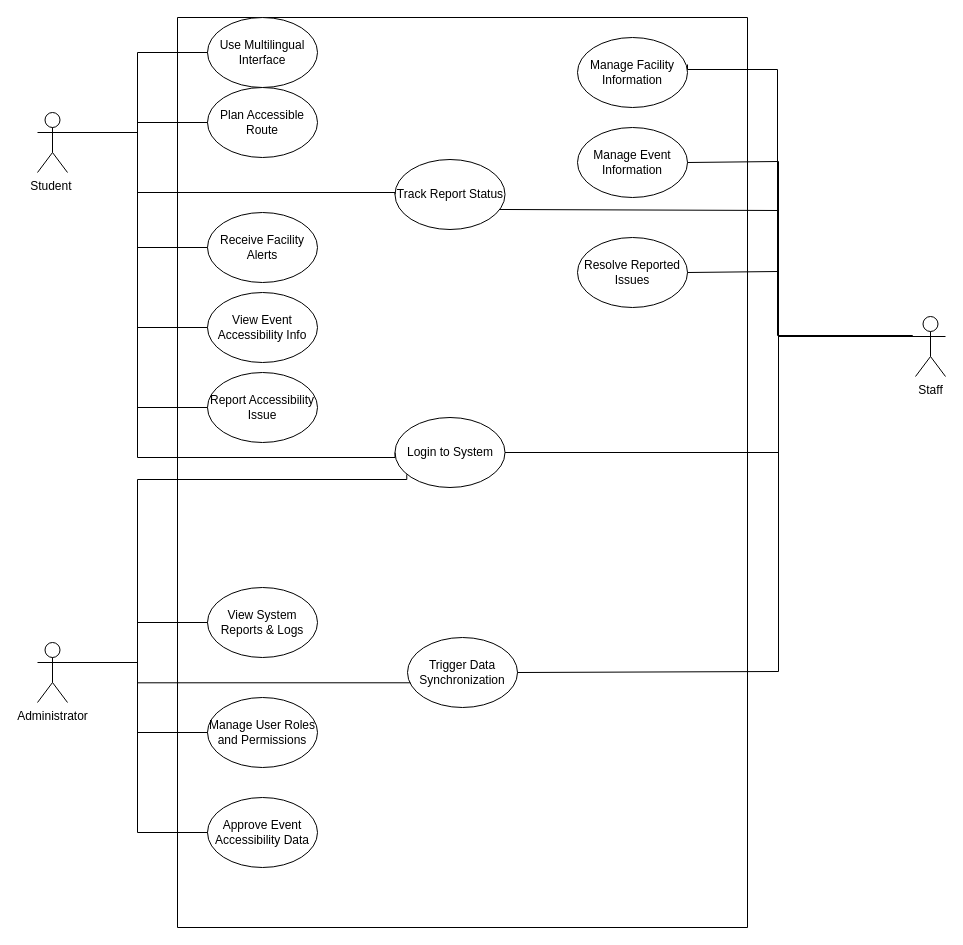
Earlier version of the draw.io diagram Untitled Diagram.drawio (BalfaqihA/Research). Source tidied: cells renumbered, new cells numbered last; positions are measured from the earlier drawing's top-left corner, leaving out a move shared by most shapes. Both pictures are drawn from the tidied source at 100%, with x=0, y=0 at pixel (37, 17).
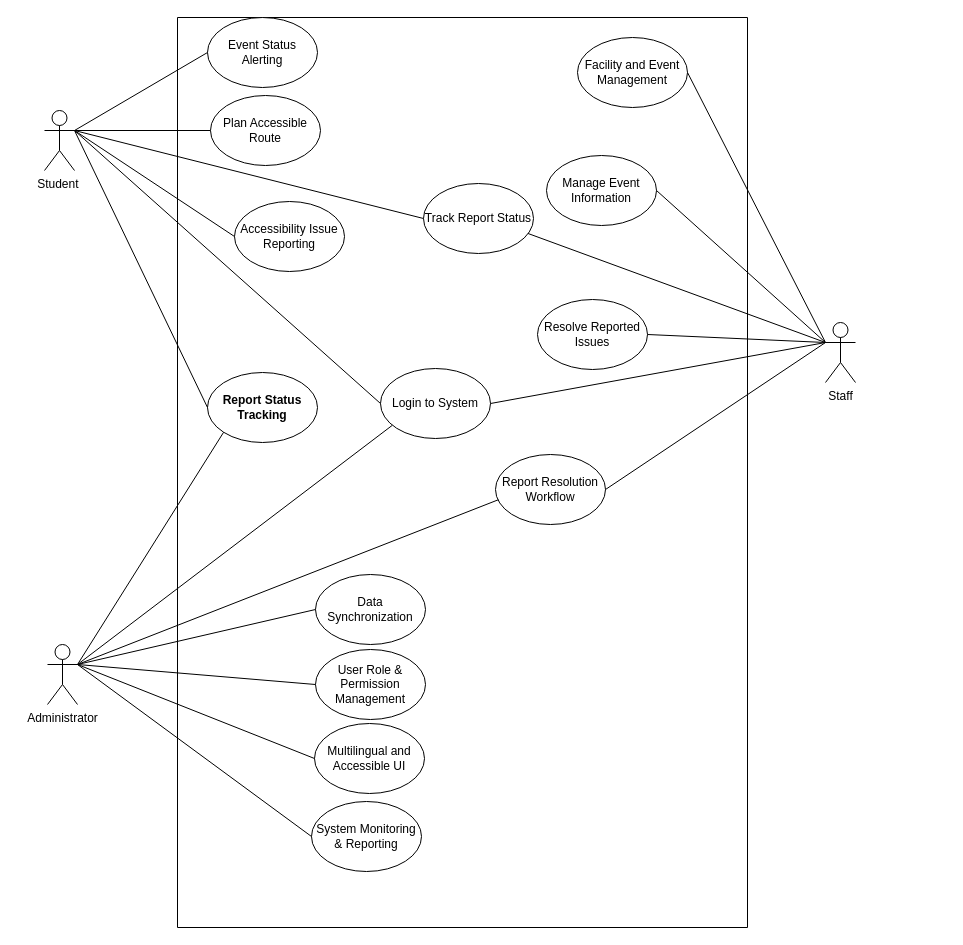
The same page after the edit.

The change refers to these unchanged cells:
```xml
<mxCell id="2" style="swimlane;startSize=0;" parent="1" vertex="1">
  <mxGeometry x="140" width="570" height="910" as="geometry" />
</mxCell>
```

Change to the diagram source:
```diff
@@
-    <mxCell id="3" value="Use Multilingual Interface" style="ellipse;whiteSpace=wrap;html=1;" parent="2" vertex="1">
+    <mxCell id="3" value="Event Status Alerting" style="ellipse;whiteSpace=wrap;html=1;" parent="2" vertex="1">
       <mxGeometry x="30" width="110" height="70" as="geometry" />
     </mxCell>
-    <mxCell id="4" value="Manage User Roles and Permissions" style="ellipse;whiteSpace=wrap;html=1;" parent="2" vertex="1">
-      <mxGeometry x="30" y="680" width="110" height="70" as="geometry" />
+    <mxCell id="4" value="User Role &amp;amp; Permission Management" style="ellipse;whiteSpace=wrap;html=1;" parent="2" vertex="1">
+      <mxGeometry x="138" y="632" width="110" height="70" as="geometry" />
     </mxCell>
-    <mxCell id="5" value="View System Reports &amp;amp; Logs" style="ellipse;whiteSpace=wrap;html=1;" parent="2" vertex="1">
-      <mxGeometry x="30" y="570" width="110" height="70" as="geometry" />
+    <mxCell id="5" value="Data Synchronization" style="ellipse;whiteSpace=wrap;html=1;" parent="2" vertex="1">
+      <mxGeometry x="138" y="557" width="110" height="70" as="geometry" />
     </mxCell>
-    <mxCell id="6" value="Approve Event Accessibility Data" style="ellipse;whiteSpace=wrap;html=1;" parent="2" vertex="1">
-      <mxGeometry x="30" y="780" width="110" height="70" as="geometry" />
+    <mxCell id="6" value="System Monitoring &amp;amp; Reporting" style="ellipse;whiteSpace=wrap;html=1;" parent="2" vertex="1">
+      <mxGeometry x="134" y="784" width="110" height="70" as="geometry" />
     </mxCell>
-    <mxCell id="7" value="Trigger Data Synchronization" style="ellipse;whiteSpace=wrap;html=1;" parent="2" vertex="1">
-      <mxGeometry x="230" y="620" width="110" height="70" as="geometry" />
+    <mxCell id="7" value="Report Resolution Workflow" style="ellipse;whiteSpace=wrap;html=1;" parent="2" vertex="1">
+      <mxGeometry x="318" y="437" width="110" height="70" as="geometry" />
     </mxCell>
     <mxCell id="8" value="Login to System" style="ellipse;whiteSpace=wrap;html=1;" parent="2" vertex="1">
-      <mxGeometry x="217.5" y="400" width="110" height="70" as="geometry" />
+      <mxGeometry x="203" y="351" width="110" height="70" as="geometry" />
     </mxCell>
     <mxCell id="9" value="Manage Event Information" style="ellipse;whiteSpace=wrap;html=1;" parent="2" vertex="1">
-      <mxGeometry x="400" y="110" width="110" height="70" as="geometry" />
+      <mxGeometry x="369" y="138" width="110" height="70" as="geometry" />
     </mxCell>
     <mxCell id="10" value="Resolve Reported Issues" style="ellipse;whiteSpace=wrap;html=1;" parent="2" vertex="1">
-      <mxGeometry x="400" y="220" width="110" height="70" as="geometry" />
+      <mxGeometry x="360" y="282" width="110" height="70" as="geometry" />
     </mxCell>
-    <mxCell id="11" value="Manage Facility Information" style="ellipse;whiteSpace=wrap;html=1;" parent="2" vertex="1">
+    <mxCell id="11" value="Facility and Event Management" style="ellipse;whiteSpace=wrap;html=1;" parent="2" vertex="1">
       <mxGeometry x="400" y="20" width="110" height="70" as="geometry" />
     </mxCell>
-    <mxCell id="12" value="Receive Facility Alerts" style="ellipse;whiteSpace=wrap;html=1;" parent="2" vertex="1">
-      <mxGeometry x="30" y="195" width="110" height="70" as="geometry" />
+    <mxCell id="12" value="Accessibility Issue Reporting" style="ellipse;whiteSpace=wrap;html=1;" parent="2" vertex="1">
+      <mxGeometry x="57" y="184" width="110" height="70" as="geometry" />
     </mxCell>
     <mxCell id="13" value="Track Report Status" style="ellipse;whiteSpace=wrap;html=1;" parent="2" vertex="1">
-      <mxGeometry x="217.5" y="142" width="110" height="70" as="geometry" />
+      <mxGeometry x="246" y="166" width="110" height="70" as="geometry" />
     </mxCell>
     <mxCell id="14" value="Plan Accessible Route" style="ellipse;whiteSpace=wrap;html=1;" parent="2" vertex="1">
-      <mxGeometry x="30" y="70" width="110" height="70" as="geometry" />
+      <mxGeometry x="33" y="78" width="110" height="70" as="geometry" />
     </mxCell>
-    <mxCell id="15" value="View Event Accessibility Info" style="ellipse;whiteSpace=wrap;html=1;" parent="2" vertex="1">
-      <mxGeometry x="30" y="275" width="110" height="70" as="geometry" />
-    </mxCell>
-    <mxCell id="16" value="Report Accessibility Issue" style="ellipse;whiteSpace=wrap;html=1;" parent="2" vertex="1">
+    <mxCell id="16" value="&lt;strong&gt;Report Status Tracking&lt;/strong&gt;" style="ellipse;whiteSpace=wrap;html=1;" parent="2" vertex="1">
       <mxGeometry x="30" y="355" width="110" height="70" as="geometry" />
     </mxCell>
+    <mxCell id="38" value="Multilingual and Accessible UI" style="ellipse;whiteSpace=wrap;html=1;" parent="2" vertex="1">
+      <mxGeometry x="137" y="706" width="110" height="70" as="geometry" />
+    </mxCell>
-    <mxCell id="17" style="edgeStyle=orthogonalEdgeStyle;rounded=0;jettySize=auto;html=1;exitX=1;exitY=0.3333333333333333;exitDx=0;exitDy=0;exitPerimeter=0;entryX=0;entryY=0.5;entryDx=0;entryDy=0;endArrow=none;startFill=0;" parent="1" edge="1" source="21" target="5">
+    <mxCell id="17" style="rounded=0;jettySize=auto;html=1;exitX=1;exitY=0.3333333333333333;exitDx=0;exitDy=0;exitPerimeter=0;entryX=0;entryY=0.5;entryDx=0;entryDy=0;endArrow=none;startFill=0;" parent="1" edge="1" source="21" target="5">
       <mxGeometry relative="1" as="geometry" />
     </mxCell>
-    <mxCell id="18" style="edgeStyle=orthogonalEdgeStyle;rounded=0;jettySize=auto;html=1;exitX=1;exitY=0.3333333333333333;exitDx=0;exitDy=0;exitPerimeter=0;entryX=0;entryY=0.5;entryDx=0;entryDy=0;endArrow=none;startFill=0;" parent="1" edge="1" source="21" target="4">
+    <mxCell id="18" style="rounded=0;jettySize=auto;html=1;exitX=1;exitY=0.3333333333333333;exitDx=0;exitDy=0;exitPerimeter=0;entryX=0;entryY=0.5;entryDx=0;entryDy=0;endArrow=none;startFill=0;" parent="1" edge="1" source="21" target="4">
       <mxGeometry relative="1" as="geometry" />
     </mxCell>
-    <mxCell id="19" style="edgeStyle=orthogonalEdgeStyle;rounded=0;jettySize=auto;html=1;exitX=1;exitY=0.3333333333333333;exitDx=0;exitDy=0;exitPerimeter=0;entryX=0;entryY=0.5;entryDx=0;entryDy=0;endArrow=none;startFill=0;" parent="1" edge="1" source="21" target="6">
+    <mxCell id="19" style="rounded=0;jettySize=auto;html=1;exitX=1;exitY=0.3333333333333333;exitDx=0;exitDy=0;exitPerimeter=0;entryX=0;entryY=0.5;entryDx=0;entryDy=0;endArrow=none;startFill=0;" parent="1" edge="1" source="21" target="6">
       <mxGeometry relative="1" as="geometry" />
     </mxCell>
-    <mxCell id="20" style="edgeStyle=orthogonalEdgeStyle;rounded=0;jettySize=auto;html=1;exitX=1;exitY=0.3333333333333333;exitDx=0;exitDy=0;exitPerimeter=0;entryX=0.107;entryY=0.812;entryDx=0;entryDy=0;entryPerimeter=0;endArrow=none;startFill=0;" parent="1" edge="1" source="21" target="8">
-      <mxGeometry relative="1" as="geometry">
-        <Array as="points">
-          <mxPoint x="100" y="645" />
-          <mxPoint x="100" y="462" />
-        </Array>
-      </mxGeometry>
+    <mxCell id="20" style="rounded=0;jettySize=auto;html=1;exitX=1;exitY=0.3333333333333333;exitDx=0;exitDy=0;exitPerimeter=0;entryX=0.107;entryY=0.812;entryDx=0;entryDy=0;entryPerimeter=0;endArrow=none;startFill=0;" parent="1" edge="1" source="21" target="8">
+      <mxGeometry relative="1" as="geometry" />
     </mxCell>
+    <mxCell id="39" style="rounded=0;jettySize=auto;html=1;exitX=1;exitY=0.3333333333333333;exitDx=0;exitDy=0;exitPerimeter=0;entryX=0;entryY=0.5;entryDx=0;entryDy=0;endArrow=none;startFill=0;" parent="1" edge="1" source="21" target="38">
+      <mxGeometry relative="1" as="geometry" />
+    </mxCell>
+    <mxCell id="40" style="rounded=0;jettySize=auto;html=1;exitX=1;exitY=0.3333333333333333;exitDx=0;exitDy=0;exitPerimeter=0;entryX=0;entryY=1;entryDx=0;entryDy=0;endArrow=none;endFill=1;startFill=0;" parent="1" edge="1" source="21" target="16">
+      <mxGeometry relative="1" as="geometry" />
+    </mxCell>
     <mxCell id="21" value="Administrator" style="shape=umlActor;verticalLabelPosition=bottom;verticalAlign=top;html=1;outlineConnect=0;" parent="1" vertex="1">
-      <mxGeometry y="625" width="30" height="60" as="geometry" />
+      <mxGeometry x="10" y="627" width="30" height="60" as="geometry" />
     </mxCell>
-    <mxCell id="22" style="edgeStyle=orthogonalEdgeStyle;rounded=0;jettySize=auto;html=1;exitX=0;exitY=0.3333333333333333;exitDx=0;exitDy=0;exitPerimeter=0;entryX=1;entryY=0.5;entryDx=0;entryDy=0;endArrow=none;startFill=0;" parent="1" edge="1" source="27" target="7">
-      <mxGeometry relative="1" as="geometry">
-        <Array as="points">
-          <mxPoint x="741" y="319" />
-          <mxPoint x="741" y="654" />
-          <mxPoint x="480" y="654" />
-        </Array>
-      </mxGeometry>
+    <mxCell id="22" style="rounded=0;jettySize=auto;html=1;exitX=0;exitY=0.3333333333333333;exitDx=0;exitDy=0;exitPerimeter=0;entryX=1;entryY=0.5;entryDx=0;entryDy=0;endArrow=none;startFill=0;" parent="1" edge="1" source="27" target="7">
+      <mxGeometry relative="1" as="geometry" />
     </mxCell>
-    <mxCell id="23" style="edgeStyle=orthogonalEdgeStyle;rounded=0;jettySize=auto;html=1;exitX=0;exitY=0.3333333333333333;exitDx=0;exitDy=0;exitPerimeter=0;entryX=1;entryY=0.5;entryDx=0;entryDy=0;endArrow=none;startFill=0;" parent="1" edge="1" source="27" target="8">
-      <mxGeometry relative="1" as="geometry">
-        <Array as="points">
-          <mxPoint x="875" y="319" />
-          <mxPoint x="741" y="319" />
-          <mxPoint x="741" y="435" />
-        </Array>
-      </mxGeometry>
+    <mxCell id="23" style="rounded=0;jettySize=auto;html=1;exitX=0;exitY=0.3333333333333333;exitDx=0;exitDy=0;exitPerimeter=0;entryX=1;entryY=0.5;entryDx=0;entryDy=0;endArrow=none;startFill=0;" parent="1" edge="1" source="27" target="8">
+      <mxGeometry relative="1" as="geometry" />
     </mxCell>
-    <mxCell id="24" style="edgeStyle=orthogonalEdgeStyle;rounded=0;jettySize=auto;html=1;exitX=0;exitY=0.3333333333333333;exitDx=0;exitDy=0;exitPerimeter=0;entryX=1;entryY=0.5;entryDx=0;entryDy=0;endArrow=none;startFill=0;" parent="1" edge="1" source="27" target="10">
-      <mxGeometry relative="1" as="geometry">
-        <Array as="points">
-          <mxPoint x="875" y="319" />
-          <mxPoint x="741" y="319" />
-          <mxPoint x="741" y="254" />
-          <mxPoint x="650" y="254" />
-        </Array>
-      </mxGeometry>
+    <mxCell id="24" style="rounded=0;jettySize=auto;html=1;exitX=0;exitY=0.3333333333333333;exitDx=0;exitDy=0;exitPerimeter=0;entryX=1;entryY=0.5;entryDx=0;entryDy=0;endArrow=none;startFill=0;" parent="1" edge="1" source="27" target="10">
+      <mxGeometry relative="1" as="geometry" />
     </mxCell>
-    <mxCell id="25" style="edgeStyle=orthogonalEdgeStyle;rounded=0;jettySize=auto;html=1;exitX=0;exitY=0.3333333333333333;exitDx=0;exitDy=0;exitPerimeter=0;entryX=1;entryY=0.5;entryDx=0;entryDy=0;endArrow=none;startFill=0;" parent="1" edge="1" source="27" target="9">
-      <mxGeometry relative="1" as="geometry">
-        <Array as="points">
-          <mxPoint x="875" y="319" />
-          <mxPoint x="741" y="319" />
-          <mxPoint x="741" y="144" />
-          <mxPoint x="650" y="144" />
-        </Array>
-      </mxGeometry>
+    <mxCell id="25" style="rounded=0;jettySize=auto;html=1;exitX=0;exitY=0.3333333333333333;exitDx=0;exitDy=0;exitPerimeter=0;entryX=1;entryY=0.5;entryDx=0;entryDy=0;endArrow=none;startFill=0;" parent="1" edge="1" source="27" target="9">
+      <mxGeometry relative="1" as="geometry" />
     </mxCell>
-    <mxCell id="26" style="edgeStyle=orthogonalEdgeStyle;rounded=0;jettySize=auto;html=1;exitX=0;exitY=0.3333333333333333;exitDx=0;exitDy=0;exitPerimeter=0;entryX=0.95;entryY=0.714;entryDx=0;entryDy=0;endArrow=none;startFill=0;entryPerimeter=0;" parent="1" edge="1" source="27" target="13">
-      <mxGeometry relative="1" as="geometry">
-        <Array as="points">
-          <mxPoint x="741" y="319" />
-          <mxPoint x="741" y="193" />
-          <mxPoint x="462" y="193" />
-        </Array>
-      </mxGeometry>
+    <mxCell id="26" style="rounded=0;jettySize=auto;html=1;exitX=0;exitY=0.3333333333333333;exitDx=0;exitDy=0;exitPerimeter=0;entryX=0.95;entryY=0.714;entryDx=0;entryDy=0;endArrow=none;startFill=0;entryPerimeter=0;" parent="1" edge="1" source="27" target="13">
+      <mxGeometry relative="1" as="geometry" />
     </mxCell>
+    <mxCell id="41" style="rounded=0;jettySize=auto;html=1;exitX=0;exitY=0.3333333333333333;exitDx=0;exitDy=0;exitPerimeter=0;entryX=1;entryY=0.5;entryDx=0;entryDy=0;endArrow=none;startFill=0;" parent="1" edge="1" source="27" target="11">
+      <mxGeometry relative="1" as="geometry" />
+    </mxCell>
     <mxCell id="27" value="Staff" style="shape=umlActor;verticalLabelPosition=bottom;verticalAlign=top;html=1;outlineConnect=0;" parent="1" vertex="1">
-      <mxGeometry x="878" y="299" width="30" height="60" as="geometry" />
+      <mxGeometry x="788" y="305" width="30" height="60" as="geometry" />
     </mxCell>
-    <mxCell id="28" style="edgeStyle=orthogonalEdgeStyle;rounded=0;jettySize=auto;html=1;exitX=1;exitY=0.3333333333333333;exitDx=0;exitDy=0;exitPerimeter=0;entryX=0;entryY=0.5;entryDx=0;entryDy=0;endArrow=none;startFill=0;" parent="1" edge="1" source="35" target="3">
+    <mxCell id="28" style="rounded=0;jettySize=auto;html=1;exitX=1;exitY=0.3333333333333333;exitDx=0;exitDy=0;exitPerimeter=0;entryX=0;entryY=0.5;entryDx=0;entryDy=0;endArrow=none;startFill=0;" parent="1" edge="1" source="35" target="3">
       <mxGeometry relative="1" as="geometry" />
     </mxCell>
-    <mxCell id="29" style="edgeStyle=orthogonalEdgeStyle;rounded=0;jettySize=auto;html=1;exitX=1;exitY=0.3333333333333333;exitDx=0;exitDy=0;exitPerimeter=0;entryX=0;entryY=0.5;entryDx=0;entryDy=0;endArrow=none;endFill=1;startFill=0;" parent="1" edge="1" source="35" target="14">
+    <mxCell id="29" style="rounded=0;jettySize=auto;html=1;exitX=1;exitY=0.3333333333333333;exitDx=0;exitDy=0;exitPerimeter=0;entryX=0;entryY=0.5;entryDx=0;entryDy=0;endArrow=none;endFill=1;startFill=0;" parent="1" edge="1" source="35" target="14">
       <mxGeometry relative="1" as="geometry" />
     </mxCell>
-    <mxCell id="30" style="edgeStyle=orthogonalEdgeStyle;rounded=0;jettySize=auto;html=1;exitX=1;exitY=0.3333333333333333;exitDx=0;exitDy=0;exitPerimeter=0;entryX=0;entryY=0.5;entryDx=0;entryDy=0;endArrow=none;startFill=0;" parent="1" edge="1" source="35" target="12">
+    <mxCell id="30" style="rounded=0;jettySize=auto;html=1;exitX=1;exitY=0.3333333333333333;exitDx=0;exitDy=0;exitPerimeter=0;entryX=0;entryY=0.5;entryDx=0;entryDy=0;endArrow=none;startFill=0;" parent="1" edge="1" source="35" target="12">
       <mxGeometry relative="1" as="geometry" />
     </mxCell>
-    <mxCell id="31" style="edgeStyle=orthogonalEdgeStyle;rounded=0;jettySize=auto;html=1;exitX=1;exitY=0.3333333333333333;exitDx=0;exitDy=0;exitPerimeter=0;entryX=0;entryY=0.5;entryDx=0;entryDy=0;endArrow=none;startFill=0;" parent="1" edge="1" source="35" target="15">
-      <mxGeometry relative="1" as="geometry" />
-    </mxCell>
-    <mxCell id="32" style="edgeStyle=orthogonalEdgeStyle;rounded=0;jettySize=auto;html=1;exitX=1;exitY=0.3333333333333333;exitDx=0;exitDy=0;exitPerimeter=0;entryX=0;entryY=0.5;entryDx=0;entryDy=0;endArrow=none;startFill=0;" parent="1" edge="1" source="35" target="13">
-      <mxGeometry relative="1" as="geometry">
-        <Array as="points">
-          <mxPoint x="100" y="115" />
-          <mxPoint x="100" y="175" />
-          <mxPoint x="357" y="175" />
-        </Array>
-      </mxGeometry>
+    <mxCell id="32" style="rounded=0;jettySize=auto;html=1;exitX=1;exitY=0.3333333333333333;exitDx=0;exitDy=0;exitPerimeter=0;entryX=0;entryY=0.5;entryDx=0;entryDy=0;endArrow=none;startFill=0;" parent="1" edge="1" source="35" target="13">
+      <mxGeometry relative="1" as="geometry" />
     </mxCell>
-    <mxCell id="33" style="edgeStyle=orthogonalEdgeStyle;rounded=0;jettySize=auto;html=1;exitX=1;exitY=0.3333333333333333;exitDx=0;exitDy=0;exitPerimeter=0;entryX=0;entryY=0.5;entryDx=0;entryDy=0;endArrow=none;startFill=0;" parent="1" edge="1" source="35" target="8">
-      <mxGeometry relative="1" as="geometry">
-        <Array as="points">
-          <mxPoint x="100" y="115" />
-          <mxPoint x="100" y="440" />
-        </Array>
-      </mxGeometry>
+    <mxCell id="33" style="rounded=0;jettySize=auto;html=1;exitX=1;exitY=0.3333333333333333;exitDx=0;exitDy=0;exitPerimeter=0;entryX=0;entryY=0.5;entryDx=0;entryDy=0;endArrow=none;startFill=0;" parent="1" edge="1" source="35" target="8">
+      <mxGeometry relative="1" as="geometry" />
     </mxCell>
-    <mxCell id="34" style="edgeStyle=orthogonalEdgeStyle;rounded=0;jettySize=auto;html=1;exitX=1;exitY=0.3333333333333333;exitDx=0;exitDy=0;exitPerimeter=0;entryX=0;entryY=0.5;entryDx=0;entryDy=0;endArrow=none;startFill=0;" parent="1" edge="1" source="35" target="16">
+    <mxCell id="34" style="rounded=0;jettySize=auto;html=1;exitX=1;exitY=0.3333333333333333;exitDx=0;exitDy=0;exitPerimeter=0;entryX=0;entryY=0.5;entryDx=0;entryDy=0;endArrow=none;startFill=0;" parent="1" edge="1" source="35" target="16">
       <mxGeometry relative="1" as="geometry" />
     </mxCell>
     <mxCell id="35" value="Student&amp;nbsp;" style="shape=umlActor;verticalLabelPosition=bottom;verticalAlign=top;html=1;outlineConnect=0;" parent="1" vertex="1">
-      <mxGeometry y="95" width="30" height="60" as="geometry" />
+      <mxGeometry x="7" y="93" width="30" height="60" as="geometry" />
     </mxCell>
-    <mxCell id="36" style="edgeStyle=orthogonalEdgeStyle;rounded=0;jettySize=auto;html=1;exitX=1;exitY=0.3333333333333333;exitDx=0;exitDy=0;exitPerimeter=0;entryX=0.025;entryY=0.647;entryDx=0;entryDy=0;entryPerimeter=0;endArrow=none;startFill=0;" parent="1" edge="1" source="21" target="7">
-      <mxGeometry relative="1" as="geometry">
-        <Array as="points">
-          <mxPoint x="100" y="645" />
-          <mxPoint x="100" y="665" />
-        </Array>
-      </mxGeometry>
+    <mxCell id="36" style="rounded=0;jettySize=auto;html=1;exitX=1;exitY=0.3333333333333333;exitDx=0;exitDy=0;exitPerimeter=0;entryX=0.025;entryY=0.647;entryDx=0;entryDy=0;entryPerimeter=0;endArrow=none;startFill=0;" parent="1" edge="1" source="21" target="7">
+      <mxGeometry relative="1" as="geometry" />
     </mxCell>
-    <mxCell id="37" style="edgeStyle=orthogonalEdgeStyle;rounded=0;orthogonalLoop=1;jettySize=auto;html=1;entryX=1;entryY=0.5;entryDx=0;entryDy=0;endArrow=none;startFill=0;" parent="1" edge="1">
-      <mxGeometry relative="1" as="geometry">
-        <mxPoint x="876" y="319" as="sourcePoint" />
-        <mxPoint x="650" y="47" as="targetPoint" />
-        <Array as="points">
-          <mxPoint x="875" y="318" />
-          <mxPoint x="740" y="318" />
-          <mxPoint x="740" y="52" />
-          <mxPoint x="650" y="52" />
-        </Array>
-      </mxGeometry>
-    </mxCell>
```
